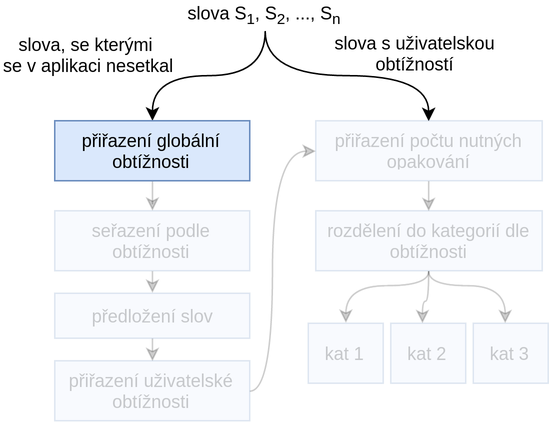
Above: img/words-gen-algorithm-1.png in daniel-madera/dp-presentation (draw.io), before the change. Source tidied: cells renumbered, new cells last; positions are measured from the earlier drawing's top-left corner, leaving out a move shared by most shapes.
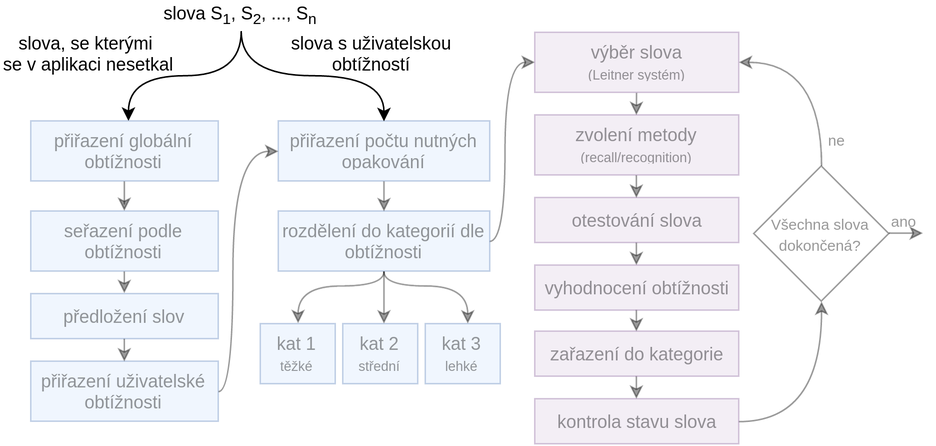
After the change.

Diff of the diagram source:
```diff
@@ -1,12 +1,18 @@
-<mxGraphModel background="#ffffff">
+<mxGraphModel>
   <root>
     <mxCell id="0" />
     <mxCell id="1" parent="0" />
+    <mxCell id="4" value="slova S&lt;sub&gt;1&lt;/sub&gt;, S&lt;sub&gt;2&lt;/sub&gt;, ..., S&lt;sub&gt;n&lt;/sub&gt;" style="text;html=1;strokeColor=none;fillColor=none;align=center;verticalAlign=middle;whiteSpace=wrap;" parent="1" vertex="1">
+      <mxGeometry x="101" width="150" height="20" as="geometry" />
+    </mxCell>
+    <mxCell id="5" value="přiřazení počtu nutných opakování" style="whiteSpace=wrap;html=1;align=center;fillColor=#dae8fc;strokeColor=#6c8ebf;textOpacity=40;opacity=40;" parent="1" vertex="1">
+      <mxGeometry x="201" y="80" width="141" height="40" as="geometry" />
+    </mxCell>
     <mxCell id="2" style="edgeStyle=orthogonalEdgeStyle;html=1;exitX=0.5;exitY=1;entryX=0.5;entryY=0;endArrow=classic;endFill=1;jettySize=auto;strokeColor=#000000;curved=1;" parent="1" edge="1" source="4" target="5">
       <mxGeometry relative="1" as="geometry">
         <Array as="points">
           <mxPoint x="176" y="50" />
-          <mxPoint x="285" y="50" />
+          <mxPoint x="272" y="50" />
         </Array>
       </mxGeometry>
     </mxCell>
@@ -18,90 +24,164 @@
         </Array>
       </mxGeometry>
     </mxCell>
-    <mxCell id="4" value="slova S&lt;sub&gt;1&lt;/sub&gt;, S&lt;sub&gt;2&lt;/sub&gt;, ..., S&lt;sub&gt;n&lt;/sub&gt;" style="text;html=1;strokeColor=none;fillColor=none;align=center;verticalAlign=middle;whiteSpace=wrap;" parent="1" vertex="1">
-      <mxGeometry x="101" width="150" height="20" as="geometry" />
-    </mxCell>
-    <mxCell id="5" value="přiřazení počtu nutných opakování" style="whiteSpace=wrap;html=1;align=center;fillColor=#dae8fc;strokeColor=#6c8ebf;opacity=20;textOpacity=20;" parent="1" vertex="1">
-      <mxGeometry x="210" y="80" width="151" height="40" as="geometry" />
-    </mxCell>
-    <mxCell id="6" style="edgeStyle=orthogonalEdgeStyle;curved=1;html=1;exitX=0.5;exitY=1;endArrow=classic;endFill=1;jettySize=auto;strokeColor=#000000;opacity=20;textOpacity=20;" parent="1" edge="1" source="7" target="10">
-      <mxGeometry relative="1" as="geometry" />
-    </mxCell>
-    <mxCell id="7" value="přiřazení globální obtížnosti" style="whiteSpace=wrap;html=1;align=center;fillColor=#dae8fc;strokeColor=#6c8ebf;" parent="1" vertex="1">
-      <mxGeometry x="36" y="80" width="130" height="40" as="geometry" />
+    <mxCell id="7" value="přiřazení globální obtížnosti" style="whiteSpace=wrap;html=1;align=center;fillColor=#dae8fc;strokeColor=#6c8ebf;textOpacity=40;opacity=40;" parent="1" vertex="1">
+      <mxGeometry x="36" y="80" width="125" height="40" as="geometry" />
     </mxCell>
     <mxCell id="8" value="&lt;div style=&quot;text-align: center&quot;&gt;&lt;span&gt;slova, se kterými&amp;nbsp;&lt;/span&gt;&lt;/div&gt;&lt;div style=&quot;text-align: center&quot;&gt;se v aplikaci nesetkal&lt;/div&gt;" style="text;html=1;" parent="1" vertex="1">
-      <mxGeometry y="16" width="120" height="40" as="geometry" />
+      <mxGeometry x="16" y="15" width="120" height="40" as="geometry" />
     </mxCell>
+    <mxCell id="10" value="seřazení podle obtížnosti" style="whiteSpace=wrap;html=1;align=center;fillColor=#dae8fc;strokeColor=#6c8ebf;textOpacity=40;opacity=40;" parent="1" vertex="1">
+      <mxGeometry x="36" y="140" width="125" height="40" as="geometry" />
+    </mxCell>
+    <mxCell id="6" style="edgeStyle=orthogonalEdgeStyle;curved=1;html=1;exitX=0.5;exitY=1;endArrow=classic;endFill=1;jettySize=auto;strokeColor=#000000;textOpacity=40;opacity=40;" parent="1" edge="1" source="7" target="10">
+      <mxGeometry relative="1" as="geometry" />
+    </mxCell>
+    <mxCell id="12" value="předložení slov" style="whiteSpace=wrap;html=1;align=center;fillColor=#dae8fc;strokeColor=#6c8ebf;textOpacity=40;opacity=40;" parent="1" vertex="1">
+      <mxGeometry x="36" y="195" width="125" height="30" as="geometry" />
+    </mxCell>
-    <mxCell id="9" style="edgeStyle=orthogonalEdgeStyle;curved=1;html=1;exitX=0.5;exitY=1;entryX=0.5;entryY=0;endArrow=classic;endFill=1;jettySize=auto;strokeColor=#000000;opacity=20;textOpacity=20;" parent="1" edge="1" source="10" target="12">
+    <mxCell id="9" style="edgeStyle=orthogonalEdgeStyle;curved=1;html=1;exitX=0.5;exitY=1;entryX=0.5;entryY=0;endArrow=classic;endFill=1;jettySize=auto;strokeColor=#000000;textOpacity=40;opacity=40;" parent="1" edge="1" source="10" target="12">
       <mxGeometry relative="1" as="geometry" />
     </mxCell>
-    <mxCell id="10" value="seřazení podle obtížnosti" style="whiteSpace=wrap;html=1;align=center;fillColor=#dae8fc;strokeColor=#6c8ebf;opacity=20;textOpacity=20;" parent="1" vertex="1">
-      <mxGeometry x="36" y="140" width="130" height="40" as="geometry" />
-    </mxCell>
+    <mxCell id="14" value="přiřazení uživatelské obtížnosti" style="whiteSpace=wrap;html=1;align=center;fillColor=#dae8fc;strokeColor=#6c8ebf;textOpacity=40;opacity=40;" parent="1" vertex="1">
+      <mxGeometry x="36" y="240" width="125" height="40" as="geometry" />
+    </mxCell>
-    <mxCell id="11" style="edgeStyle=orthogonalEdgeStyle;curved=1;html=1;exitX=0.5;exitY=1;entryX=0.5;entryY=0;endArrow=classic;endFill=1;jettySize=auto;strokeColor=#000000;opacity=20;textOpacity=20;" parent="1" edge="1" source="12" target="14">
+    <mxCell id="11" style="edgeStyle=orthogonalEdgeStyle;curved=1;html=1;exitX=0.5;exitY=1;entryX=0.5;entryY=0;endArrow=classic;endFill=1;jettySize=auto;strokeColor=#000000;textOpacity=40;opacity=40;" parent="1" edge="1" source="12" target="14">
       <mxGeometry relative="1" as="geometry" />
     </mxCell>
-    <mxCell id="12" value="předložení slov" style="whiteSpace=wrap;html=1;align=center;fillColor=#dae8fc;strokeColor=#6c8ebf;opacity=20;textOpacity=20;" parent="1" vertex="1">
-      <mxGeometry x="36" y="195" width="130" height="30" as="geometry" />
-    </mxCell>
-    <mxCell id="13" style="edgeStyle=orthogonalEdgeStyle;curved=1;html=1;exitX=1;exitY=0.5;entryX=0;entryY=0.5;endArrow=classic;endFill=1;jettySize=auto;strokeColor=#000000;opacity=20;textOpacity=20;" parent="1" edge="1" source="14" target="5">
+    <mxCell id="13" style="edgeStyle=orthogonalEdgeStyle;curved=1;html=1;exitX=1;exitY=0.5;entryX=0;entryY=0.5;endArrow=classic;endFill=1;jettySize=auto;strokeColor=#000000;textOpacity=40;opacity=40;" parent="1" edge="1" source="14" target="5">
       <mxGeometry relative="1" as="geometry">
         <Array as="points">
-          <mxPoint x="181" y="260" />
-          <mxPoint x="181" y="100" />
+          <mxPoint x="171" y="260" />
+          <mxPoint x="171" y="100" />
         </Array>
       </mxGeometry>
     </mxCell>
-    <mxCell id="14" value="přiřazení uživatelské obtížnosti" style="whiteSpace=wrap;html=1;align=center;fillColor=#dae8fc;strokeColor=#6c8ebf;opacity=20;textOpacity=20;" parent="1" vertex="1">
-      <mxGeometry x="36" y="240" width="130" height="40" as="geometry" />
-    </mxCell>
     <mxCell id="15" value="&lt;div style=&quot;text-align: center&quot;&gt;slova s uživatelskou&lt;/div&gt;&lt;div style=&quot;text-align: center&quot;&gt;obtížností&lt;/div&gt;" style="text;html=1;" parent="1" vertex="1">
-      <mxGeometry x="221" y="15" width="120" height="40" as="geometry" />
+      <mxGeometry x="208" y="15" width="120" height="40" as="geometry" />
     </mxCell>
-    <mxCell id="16" style="edgeStyle=orthogonalEdgeStyle;curved=1;html=1;exitX=0.5;exitY=1;entryX=0;entryY=0.5;startSize=0;endArrow=classic;endFill=1;endSize=6;jettySize=auto;strokeColor=#000000;opacity=20;textOpacity=20;" parent="1" edge="1" source="19" target="21">
-      <mxGeometry relative="1" as="geometry">
-        <Array as="points">
-          <mxPoint x="285" y="190" />
-          <mxPoint x="230" y="190" />
-        </Array>
-      </mxGeometry>
-    </mxCell>
+    <mxCell id="24" style="edgeStyle=orthogonalEdgeStyle;curved=1;html=1;exitX=1;exitY=0.5;entryX=0;entryY=0.5;startSize=0;endArrow=classic;endFill=1;endSize=6;jettySize=auto;strokeColor=#000000;textOpacity=40;opacity=40;" parent="1" edge="1" source="19" target="33">
+      <mxGeometry relative="1" as="geometry">
+        <Array as="points">
+          <mxPoint x="352" y="160" />
+          <mxPoint x="352" y="41" />
+        </Array>
+      </mxGeometry>
+    </mxCell>
+    <mxCell id="19" value="rozdělení do kategorií dle obtížnosti" style="whiteSpace=wrap;html=1;align=center;fillColor=#dae8fc;strokeColor=#6c8ebf;textOpacity=40;opacity=40;" parent="1" vertex="1">
+      <mxGeometry x="201" y="140" width="141" height="40" as="geometry" />
+    </mxCell>
-    <mxCell id="17" style="edgeStyle=orthogonalEdgeStyle;curved=1;html=1;exitX=0.5;exitY=1;startSize=0;endArrow=classic;endFill=1;endSize=6;jettySize=auto;strokeColor=#000000;opacity=20;textOpacity=20;" parent="1" edge="1" source="19" target="23">
+    <mxCell id="17" style="edgeStyle=orthogonalEdgeStyle;curved=1;html=1;exitX=0.5;exitY=1;startSize=0;endArrow=classic;endFill=1;endSize=6;jettySize=auto;strokeColor=#000000;textOpacity=40;opacity=40;" parent="1" edge="1" source="19" target="23">
       <mxGeometry relative="1" as="geometry">
         <Array as="points">
-          <mxPoint x="285" y="200" />
-          <mxPoint x="281" y="200" />
+          <mxPoint x="272" y="190" />
+          <mxPoint x="272" y="190" />
         </Array>
       </mxGeometry>
     </mxCell>
-    <mxCell id="18" style="edgeStyle=orthogonalEdgeStyle;curved=1;html=1;exitX=0.5;exitY=1;startSize=0;endArrow=classic;endFill=1;endSize=6;jettySize=auto;strokeColor=#000000;opacity=20;textOpacity=20;" parent="1" edge="1" source="19" target="22">
-      <mxGeometry relative="1" as="geometry">
-        <Array as="points">
-          <mxPoint x="285" y="190" />
-          <mxPoint x="336" y="190" />
-        </Array>
-      </mxGeometry>
-    </mxCell>
-    <mxCell id="19" value="rozdělení do kategorií dle obtížnosti" style="whiteSpace=wrap;html=1;align=center;fillColor=#dae8fc;strokeColor=#6c8ebf;opacity=20;textOpacity=20;" parent="1" vertex="1">
-      <mxGeometry x="210" y="140" width="151" height="40" as="geometry" />
-    </mxCell>
-    <mxCell id="20" style="edgeStyle=orthogonalEdgeStyle;curved=1;html=1;exitX=0.5;exitY=1;endArrow=classic;endFill=1;jettySize=auto;strokeColor=#000000;entryX=0.5;entryY=0;opacity=20;textOpacity=20;" parent="1" edge="1" source="5" target="19">
-      <mxGeometry x="184.9" y="130.1" as="geometry">
+    <mxCell id="20" style="edgeStyle=orthogonalEdgeStyle;curved=1;html=1;exitX=0.5;exitY=1;endArrow=classic;endFill=1;jettySize=auto;strokeColor=#000000;entryX=0.5;entryY=0;textOpacity=40;opacity=40;" parent="1" edge="1" source="5" target="19">
+      <mxGeometry x="175.9" y="130.1" as="geometry">
         <Array as="points">
-          <mxPoint x="285" y="120" />
-          <mxPoint x="285" y="140" />
+          <mxPoint x="271" y="130" />
+          <mxPoint x="271" y="130" />
         </Array>
       </mxGeometry>
     </mxCell>
-    <mxCell id="21" value="kat 1" style="whiteSpace=wrap;html=1;strokeWidth=1;align=center;direction=south;fillColor=#dae8fc;strokeColor=#6c8ebf;opacity=20;textOpacity=20;" parent="1" vertex="1">
-      <mxGeometry x="205" y="215" width="50" height="40" as="geometry" />
+    <mxCell id="21" value="kat 1&lt;div&gt;&lt;font style=&quot;font-size: 9px&quot;&gt;těžké&lt;/font&gt;&lt;/div&gt;" style="whiteSpace=wrap;html=1;strokeWidth=1;align=center;direction=south;fillColor=#dae8fc;strokeColor=#6c8ebf;textOpacity=40;opacity=40;" parent="1" vertex="1">
+      <mxGeometry x="189" y="215" width="50" height="40" as="geometry" />
     </mxCell>
+    <mxCell id="16" style="edgeStyle=orthogonalEdgeStyle;curved=1;html=1;exitX=0.5;exitY=1;entryX=0;entryY=0.5;startSize=0;endArrow=classic;endFill=1;endSize=6;jettySize=auto;strokeColor=#000000;textOpacity=40;opacity=40;" parent="1" edge="1" source="19" target="21">
+      <mxGeometry relative="1" as="geometry">
+        <Array as="points">
+          <mxPoint x="271" y="190" />
+          <mxPoint x="214" y="190" />
+        </Array>
+      </mxGeometry>
+    </mxCell>
-    <mxCell id="22" value="kat 3" style="whiteSpace=wrap;html=1;strokeWidth=1;align=center;direction=south;fillColor=#dae8fc;strokeColor=#6c8ebf;opacity=20;textOpacity=20;" parent="1" vertex="1">
-      <mxGeometry x="315" y="215" width="50" height="40" as="geometry" />
+    <mxCell id="22" value="kat 3&lt;div&gt;&lt;font style=&quot;font-size: 9px&quot;&gt;lehké&lt;/font&gt;&lt;/div&gt;" style="whiteSpace=wrap;html=1;strokeWidth=1;align=center;direction=south;fillColor=#dae8fc;strokeColor=#6c8ebf;textOpacity=40;opacity=40;" parent="1" vertex="1">
+      <mxGeometry x="299" y="215" width="50" height="40" as="geometry" />
     </mxCell>
-    <mxCell id="23" value="kat 2" style="whiteSpace=wrap;html=1;strokeWidth=1;align=center;direction=south;fillColor=#dae8fc;strokeColor=#6c8ebf;opacity=20;textOpacity=20;" parent="1" vertex="1">
-      <mxGeometry x="260" y="215" width="50" height="40" as="geometry" />
+    <mxCell id="23" value="kat 2&lt;div&gt;&lt;font style=&quot;font-size: 9px&quot;&gt;střední&lt;/font&gt;&lt;/div&gt;" style="whiteSpace=wrap;html=1;strokeWidth=1;align=center;direction=south;fillColor=#dae8fc;strokeColor=#6c8ebf;textOpacity=40;opacity=40;" parent="1" vertex="1">
+      <mxGeometry x="244" y="215" width="50" height="40" as="geometry" />
     </mxCell>
+    <mxCell id="18" style="edgeStyle=orthogonalEdgeStyle;curved=1;html=1;exitX=0.5;exitY=1;startSize=0;endArrow=classic;endFill=1;endSize=6;jettySize=auto;strokeColor=#000000;textOpacity=40;opacity=40;" parent="1" edge="1" source="19" target="22">
+      <mxGeometry relative="1" as="geometry">
+        <Array as="points">
+          <mxPoint x="271" y="190" />
+          <mxPoint x="327" y="190" />
+        </Array>
+      </mxGeometry>
+    </mxCell>
+    <mxCell id="25" style="edgeStyle=orthogonalEdgeStyle;curved=1;html=1;exitX=0.5;exitY=1;entryX=0.5;entryY=0;startSize=0;endArrow=classic;endFill=1;endSize=6;jettySize=auto;strokeColor=#000000;textOpacity=40;opacity=40;" parent="1" edge="1" source="26" target="31">
+      <mxGeometry relative="1" as="geometry" />
+    </mxCell>
+    <mxCell id="26" value="otestování slova" style="whiteSpace=wrap;html=1;align=center;fillColor=#e1d5e7;strokeColor=#9673a6;textOpacity=40;opacity=40;" parent="1" vertex="1">
+      <mxGeometry x="372" y="131" width="136" height="30" as="geometry" />
+    </mxCell>
+    <mxCell id="27" style="edgeStyle=orthogonalEdgeStyle;curved=1;html=1;exitX=0.5;exitY=1;startSize=0;endArrow=classic;endFill=1;endSize=6;jettySize=auto;strokeColor=#000000;entryX=0.5;entryY=0;textOpacity=40;opacity=40;" parent="1" edge="1" source="28" target="26">
+      <mxGeometry relative="1" as="geometry" />
+    </mxCell>
+    <mxCell id="28" value="zvolení metody &lt;font style=&quot;font-size: 9px&quot;&gt;(recall/recognition)&lt;/font&gt;" style="whiteSpace=wrap;html=1;align=center;fillColor=#e1d5e7;strokeColor=#9673a6;textOpacity=40;opacity=40;" parent="1" vertex="1">
+      <mxGeometry x="372" y="76" width="136" height="40" as="geometry" />
+    </mxCell>
+    <mxCell id="29" style="edgeStyle=orthogonalEdgeStyle;curved=1;html=1;startSize=0;endArrow=classic;endFill=1;endSize=6;jettySize=auto;strokeColor=#000000;exitX=1;exitY=0.5;entryX=0.5;entryY=1;textOpacity=40;opacity=40;" parent="1" edge="1" source="39" target="38">
+      <mxGeometry relative="1" as="geometry">
+        <Array as="points">
+          <mxPoint x="563" y="280" />
+        </Array>
+      </mxGeometry>
+    </mxCell>
+    <mxCell id="30" style="edgeStyle=orthogonalEdgeStyle;curved=1;html=1;exitX=0.5;exitY=1;entryX=0.5;entryY=0;startSize=0;endArrow=classic;endFill=1;endSize=6;jettySize=auto;strokeColor=#000000;textOpacity=40;opacity=40;" parent="1" edge="1" source="31" target="41">
+      <mxGeometry relative="1" as="geometry" />
+    </mxCell>
+    <mxCell id="31" value="vyhodnocení obtížnosti" style="whiteSpace=wrap;html=1;align=center;fillColor=#e1d5e7;strokeColor=#9673a6;textOpacity=40;opacity=40;" parent="1" vertex="1">
+      <mxGeometry x="372" y="176" width="136" height="30" as="geometry" />
+    </mxCell>
+    <mxCell id="32" style="edgeStyle=orthogonalEdgeStyle;curved=1;html=1;exitX=0.5;exitY=1;entryX=0.5;entryY=0;startSize=0;endArrow=classic;endFill=1;endSize=6;jettySize=auto;strokeColor=#000000;textOpacity=40;opacity=40;" parent="1" edge="1" target="28">
+      <mxGeometry relative="1" as="geometry">
+        <mxPoint x="439.9" y="61.3" as="sourcePoint" />
+      </mxGeometry>
+    </mxCell>
+    <mxCell id="33" value="výběr slova&lt;div&gt;&lt;font style=&quot;font-size: 9px&quot;&gt;(Leitner systém)&lt;/font&gt;&lt;/div&gt;" style="whiteSpace=wrap;html=1;align=center;fillColor=#e1d5e7;strokeColor=#9673a6;textOpacity=40;opacity=40;" parent="1" vertex="1">
+      <mxGeometry x="372" y="21" width="136" height="40" as="geometry" />
+    </mxCell>
+    <mxCell id="34" style="edgeStyle=orthogonalEdgeStyle;curved=1;html=1;exitX=0.5;exitY=0;entryX=1;entryY=0.5;startSize=0;endArrow=classic;endFill=1;endSize=6;jettySize=auto;strokeColor=#000000;textOpacity=40;opacity=40;" parent="1" edge="1" source="38">
+      <mxGeometry relative="1" as="geometry">
+        <mxPoint x="507.9" y="41.3" as="targetPoint" />
+        <Array as="points">
+          <mxPoint x="563" y="41" />
+        </Array>
+      </mxGeometry>
+    </mxCell>
+    <mxCell id="35" value="ne" style="text;html=1;align=center;verticalAlign=middle;labelBackgroundColor=none;fontSize=10;textOpacity=40;" parent="34" vertex="1">
+      <mxGeometry x="-0.39" y="12" relative="1" as="geometry">
+        <mxPoint x="22" y="20" as="offset" />
+      </mxGeometry>
+    </mxCell>
+    <mxCell id="36" style="edgeStyle=orthogonalEdgeStyle;rounded=1;html=1;startSize=0;endArrow=classic;endFill=1;endSize=6;jettySize=auto;strokeColor=#000000;exitX=1;exitY=0.5;textOpacity=40;opacity=40;" parent="1" edge="1" source="38">
+      <mxGeometry relative="1" as="geometry">
+        <mxPoint x="631" y="155" as="targetPoint" />
+        <Array as="points">
+          <mxPoint x="621" y="155" />
+          <mxPoint x="621" y="155" />
+        </Array>
+      </mxGeometry>
+    </mxCell>
+    <mxCell id="37" value="ano" style="text;html=1;align=center;verticalAlign=middle;labelBackgroundColor=none;spacing=2;spacingTop=0;spacingLeft=0;fontSize=10;textOpacity=40;" parent="36" vertex="1">
+      <mxGeometry x="-0.31" y="2" relative="1" as="geometry">
+        <mxPoint x="2" y="-7" as="offset" />
+      </mxGeometry>
+    </mxCell>
+    <mxCell id="38" value="&lt;font style=&quot;font-size: 10px&quot;&gt;Všechna slova dokončená?&lt;/font&gt;" style="rhombus;whiteSpace=wrap;html=1;textOpacity=40;opacity=40;" parent="1" vertex="1">
+      <mxGeometry x="518" y="110" width="90" height="90" as="geometry" />
+    </mxCell>
+    <mxCell id="39" value="kontrola stavu slova" style="whiteSpace=wrap;html=1;align=center;fillColor=#e1d5e7;strokeColor=#9673a6;textOpacity=40;opacity=40;" parent="1" vertex="1">
+      <mxGeometry x="372" y="265" width="136" height="30" as="geometry" />
+    </mxCell>
+    <mxCell id="40" style="edgeStyle=orthogonalEdgeStyle;curved=1;html=1;exitX=0.5;exitY=1;entryX=0.5;entryY=0;startSize=0;endArrow=classic;endFill=1;endSize=6;jettySize=auto;strokeColor=#000000;textOpacity=40;opacity=40;" parent="1" edge="1" source="41" target="39">
+      <mxGeometry relative="1" as="geometry" />
+    </mxCell>
+    <mxCell id="41" value="zařazení do kategorie" style="whiteSpace=wrap;html=1;align=center;fillColor=#e1d5e7;strokeColor=#9673a6;textOpacity=40;opacity=40;" parent="1" vertex="1">
+      <mxGeometry x="372" y="220" width="136" height="30" as="geometry" />
+    </mxCell>
   </root>
 </mxGraphModel>
```
